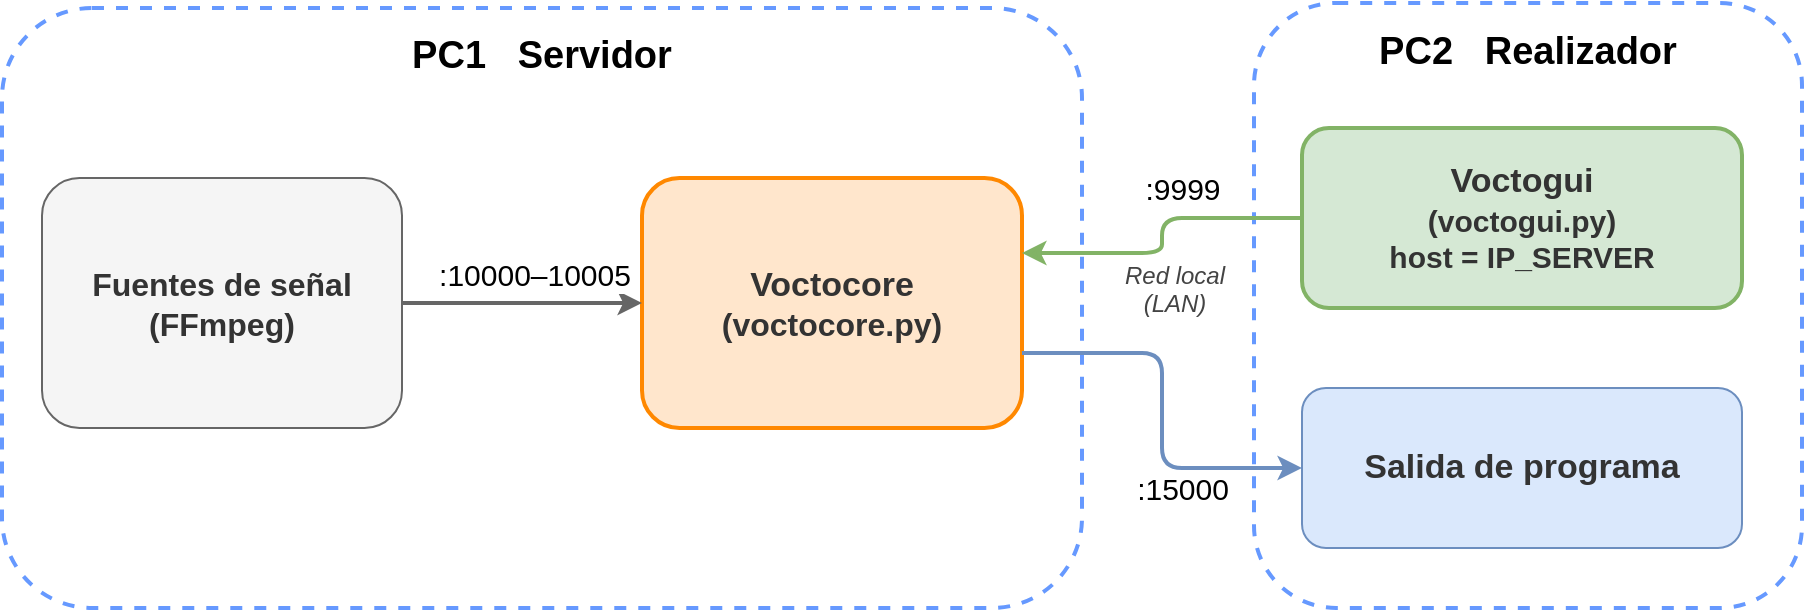
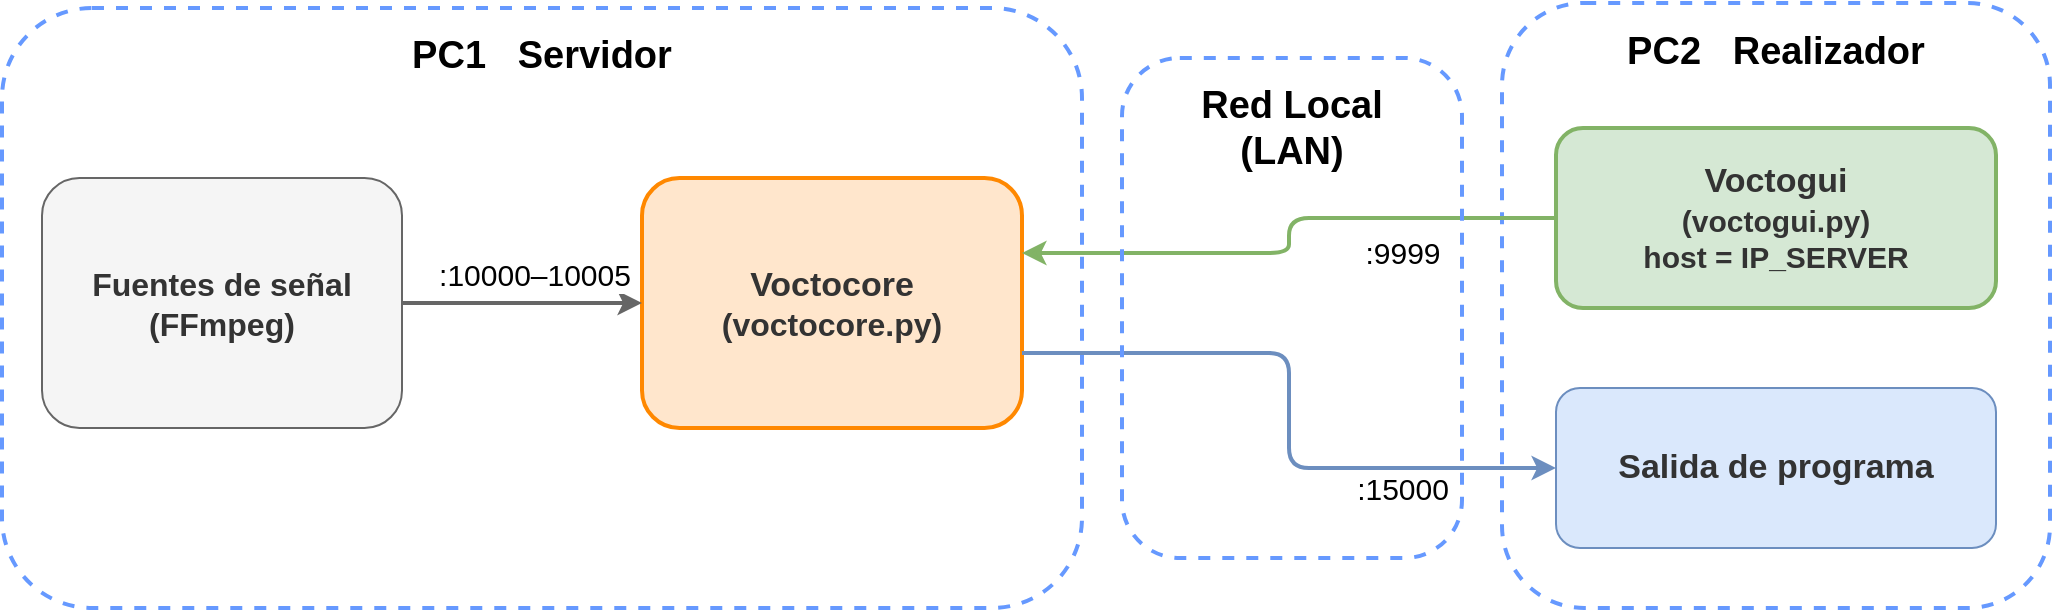
<mxfile host="65bd71144e">
    <diagram id="escenario_2pc" name="Escenario 2 PCs">
-         <mxGraphModel dx="810" dy="469" grid="1" gridSize="10" guides="1" tooltips="1" connect="1" arrows="1" fold="1" page="1" pageScale="1" pageWidth="1200" pageHeight="340" math="0" shadow="0">
+         <mxGraphModel dx="473" dy="273" grid="1" gridSize="10" guides="1" tooltips="1" connect="1" arrows="1" fold="1" page="1" pageScale="1" pageWidth="1200" pageHeight="340" math="0" shadow="0">
            <root>
                <mxCell id="0"/>
                <mxCell id="1" parent="0"/>
                <mxCell id="pc1" value="&lt;font style=&quot;font-size: 19px;&quot;&gt;PC1&amp;nbsp; &amp;nbsp;Servidor&lt;/font&gt;" style="rounded=1;whiteSpace=wrap;html=1;fillColor=none;strokeColor=#6699FF;strokeWidth=2;dashed=1;fontSize=13;fontStyle=1;verticalAlign=top;spacingTop=6;align=center;" parent="1" vertex="1">
                    <mxGeometry x="20" y="20" width="540" height="300" as="geometry"/>
                </mxCell>
                <mxCell id="pc2" value="&lt;font style=&quot;font-size: 19px;&quot;&gt;PC2&amp;nbsp; &amp;nbsp;Realizador&lt;/font&gt;" style="rounded=1;whiteSpace=wrap;html=1;fillColor=none;strokeColor=#6699FF;strokeWidth=2;dashed=1;fontSize=13;fontStyle=1;verticalAlign=top;spacingTop=6;align=center;" parent="1" vertex="1">
-                     <mxGeometry x="646" y="17.5" width="274" height="302.5" as="geometry"/>
+                     <mxGeometry x="770" y="17.5" width="274" height="302.5" as="geometry"/>
                </mxCell>
                <mxCell id="ffmpeg" value="&lt;font style=&quot;font-size: 16px;&quot;&gt;Fuentes de señal&lt;/font&gt;&lt;div&gt;&lt;font style=&quot;font-size: 16px;&quot;&gt;(&lt;span style=&quot;color: rgb(51, 51, 51); background-color: transparent;&quot;&gt;FFmpeg)&lt;/span&gt;&lt;/font&gt;&lt;/div&gt;" style="rounded=1;whiteSpace=wrap;html=1;fillColor=#f5f5f5;strokeColor=#666666;fontColor=#333333;fontSize=12;fontStyle=1;" parent="1" vertex="1">
                    <mxGeometry x="40" y="105" width="180" height="125" as="geometry"/>
                </mxCell>
                <mxCell id="voctocore" value="&lt;div&gt;&lt;font style=&quot;font-size: 17px;&quot;&gt;Voctocore&lt;/font&gt;&lt;/div&gt;&lt;font style=&quot;&quot;&gt;&lt;font style=&quot;font-size: 16px;&quot;&gt;(voctocore.py)&lt;/font&gt;&lt;br&gt;&lt;/font&gt;" style="rounded=1;whiteSpace=wrap;html=1;fillColor=#FFE6CC;strokeColor=#FF8800;fontColor=#333333;fontSize=12;fontStyle=1;strokeWidth=2;" parent="1" vertex="1">
                    <mxGeometry x="340" y="105" width="190" height="125" as="geometry"/>
                </mxCell>
                <mxCell id="voctogui" value="&lt;div&gt;&lt;font style=&quot;font-size: 17px;&quot;&gt;Voctogui&lt;/font&gt;&lt;/div&gt;&lt;font style=&quot;&quot;&gt;&lt;font style=&quot;font-size: 15px;&quot;&gt;(voctogui.py)&lt;br&gt;&lt;/font&gt;&lt;font style=&quot;font-size: 15px;&quot;&gt;host = IP_SERVER&lt;/font&gt;&lt;/font&gt;" style="rounded=1;whiteSpace=wrap;html=1;fillColor=#d5e8d4;strokeColor=#82b366;fontColor=#333333;fontSize=12;fontStyle=1;strokeWidth=2;" parent="1" vertex="1">
-                     <mxGeometry x="670" y="80" width="220" height="90" as="geometry"/>
+                     <mxGeometry x="797" y="80" width="220" height="90" as="geometry"/>
                </mxCell>
                <mxCell id="monitor" value="&lt;font style=&quot;font-size: 17px;&quot;&gt;Salida de programa&lt;/font&gt;" style="rounded=1;whiteSpace=wrap;html=1;fillColor=#dae8fc;strokeColor=#6c8ebf;fontColor=#333333;fontSize=11;fontStyle=1;" parent="1" vertex="1">
-                     <mxGeometry x="670" y="210" width="220" height="80" as="geometry"/>
-                 </mxCell>
-                 <mxCell id="lan" value="Red local&#xa;(LAN)" style="text;html=1;align=center;fontStyle=2;fontSize=12;fontColor=#444444;" parent="1" vertex="1">
-                     <mxGeometry x="566" y="140" width="80" height="40" as="geometry"/>
+                     <mxGeometry x="797" y="210" width="220" height="80" as="geometry"/>
                </mxCell>
                <mxCell id="a1" value="&lt;font style=&quot;font-size: 15px;&quot;&gt;:10000–10005&lt;/font&gt;" style="edgeStyle=orthogonalEdgeStyle;html=1;fontSize=11;strokeWidth=2;strokeColor=#666666;exitX=1;exitY=0.5;exitDx=0;exitDy=0;entryX=0;entryY=0.5;entryDx=0;entryDy=0;" parent="1" source="ffmpeg" target="voctocore" edge="1">
                    <mxGeometry x="0.0909" y="15" relative="1" as="geometry">
                        <mxPoint as="offset"/>
                    </mxGeometry>
                </mxCell>
                <mxCell id="a2" value="&lt;font style=&quot;font-size: 15px;&quot;&gt;:9999&lt;/font&gt;" style="edgeStyle=orthogonalEdgeStyle;html=1;fontSize=11;strokeWidth=2;strokeColor=#82b366;exitX=0;exitY=0.5;exitDx=0;exitDy=0;entryX=1;entryY=0.3;entryDx=0;entryDy=0;" parent="1" source="voctogui" target="voctocore" edge="1">
-                     <mxGeometry x="-0.2381" y="-15" relative="1" as="geometry">
+                     <mxGeometry x="-0.4587" y="17" relative="1" as="geometry">
                        <mxPoint as="offset"/>
                    </mxGeometry>
                </mxCell>
                <mxCell id="a3" value="&lt;font style=&quot;font-size: 15px;&quot;&gt;:15000&lt;/font&gt;" style="edgeStyle=orthogonalEdgeStyle;html=1;fontSize=11;strokeWidth=2;strokeColor=#6c8ebf;exitX=1;exitY=0.7;exitDx=0;exitDy=0;entryX=0;entryY=0.5;entryDx=0;entryDy=0;" parent="1" source="voctocore" target="monitor" edge="1">
-                     <mxGeometry x="0.3924" y="-10" relative="1" as="geometry">
+                     <mxGeometry x="0.5254" y="-10" relative="1" as="geometry">
                        <mxPoint as="offset"/>
                    </mxGeometry>
+                 </mxCell>
+                 <mxCell id="2" value="&lt;font style=&quot;font-size: 19px;&quot;&gt;Red Local&lt;/font&gt;&lt;div&gt;&lt;font style=&quot;font-size: 19px;&quot;&gt;(LAN)&lt;/font&gt;&lt;/div&gt;" style="rounded=1;whiteSpace=wrap;html=1;fillColor=none;strokeColor=#6699FF;strokeWidth=2;dashed=1;fontSize=13;fontStyle=1;verticalAlign=top;spacingTop=6;align=center;arcSize=17;" vertex="1" parent="1">
+                     <mxGeometry x="580" y="45" width="170" height="250" as="geometry"/>
                </mxCell>
            </root>
        </mxGraphModel>
    </diagram>
</mxfile>